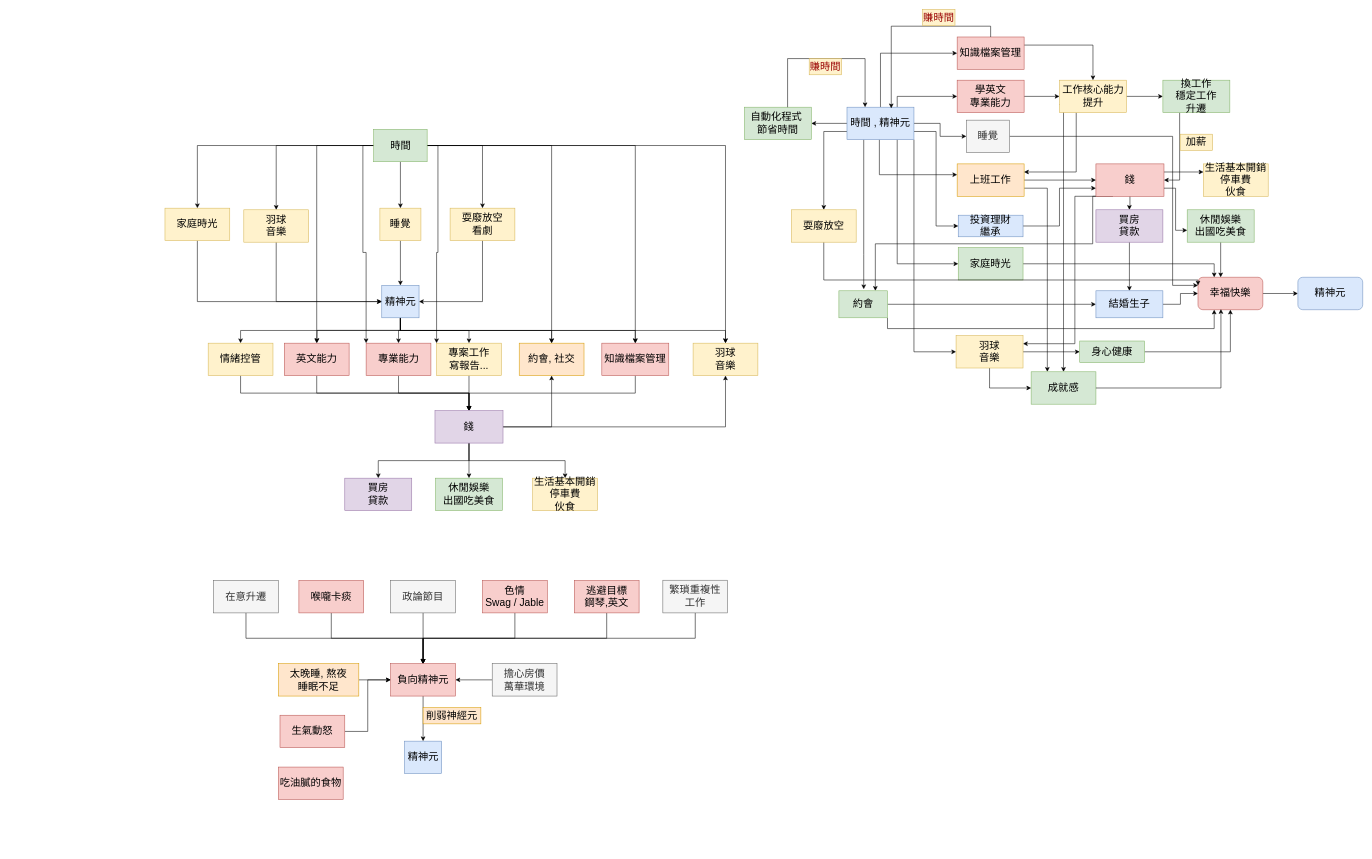
This is Lifeflow.drawio from TerryChan726/draw_io, a draw.io file, before an edit. Source tidied: cells renumbered, new cells numbered last; positions are measured from the earlier drawing's top-left corner, leaving out a move shared by most shapes. Both pictures are drawn from the tidied source at 54%, with x=0, y=0 at pixel (165, 9).
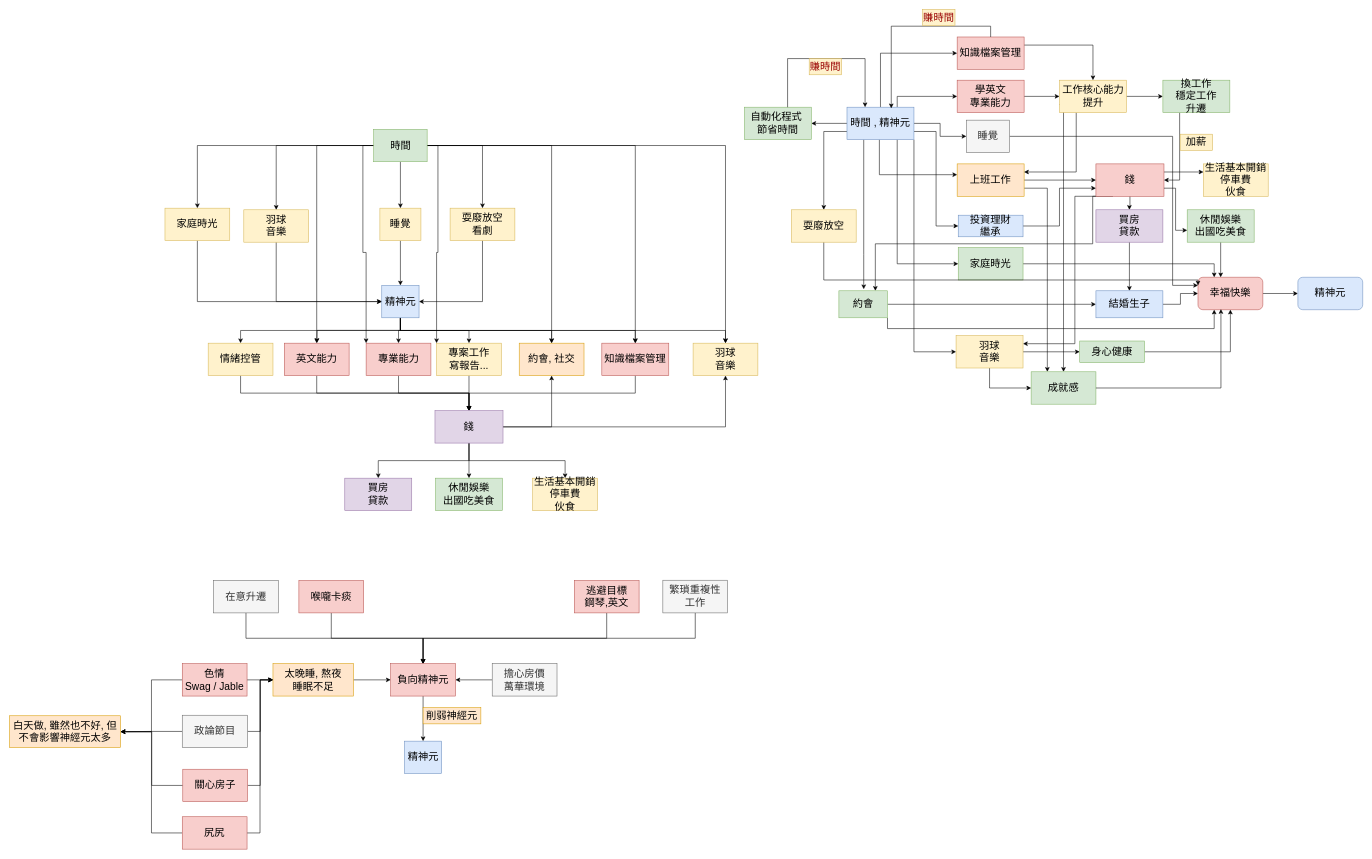
After the change.

Unchanged cells that the change refers to:
```xml
<mxCell id="115" value="負向精神元" style="rounded=0;whiteSpace=wrap;html=1;fontSize=19;fillColor=#f8cecc;strokeColor=#b85450;" parent="1" vertex="1">
  <mxGeometry x="418" y="1211.5" width="120" height="60" as="geometry" />
</mxCell>
```

The edit, as a diff of the source:
```diff
@@
-    <mxCell id="116" style="edgeStyle=orthogonalEdgeStyle;rounded=0;jettySize=auto;html=1;fontSize=19;" parent="1" edge="1" source="117" target="115">
-      <mxGeometry relative="1" as="geometry" />
-    </mxCell>
+    <mxCell id="137" style="edgeStyle=orthogonalEdgeStyle;rounded=0;jettySize=auto;html=1;entryX=0;entryY=0.5;entryDx=0;entryDy=0;" parent="1" edge="1" source="117" target="131">
+      <mxGeometry relative="1" as="geometry" />
+    </mxCell>
+    <mxCell id="138" style="edgeStyle=orthogonalEdgeStyle;rounded=0;jettySize=auto;html=1;entryX=1;entryY=0.5;entryDx=0;entryDy=0;" parent="1" edge="1" source="117" target="145">
+      <mxGeometry relative="1" as="geometry" />
+    </mxCell>
     <mxCell id="117" value="政論節目" style="rounded=0;whiteSpace=wrap;html=1;fontSize=19;fillColor=#f5f5f5;strokeColor=#666666;fontColor=#333333;" parent="1" vertex="1">
-      <mxGeometry x="418" y="1057.5" width="120" height="60" as="geometry" />
+      <mxGeometry x="32" y="1307" width="121" height="60" as="geometry" />
     </mxCell>
-    <mxCell id="118" style="edgeStyle=orthogonalEdgeStyle;rounded=0;jettySize=auto;html=1;exitX=0.5;exitY=1;exitDx=0;exitDy=0;fontSize=19;" parent="1" edge="1" source="119" target="115">
-      <mxGeometry relative="1" as="geometry" />
-    </mxCell>
+    <mxCell id="139" style="edgeStyle=orthogonalEdgeStyle;rounded=0;jettySize=auto;html=1;exitX=1;exitY=0.5;exitDx=0;exitDy=0;entryX=0;entryY=0.5;entryDx=0;entryDy=0;" parent="1" edge="1" source="119" target="131">
+      <mxGeometry relative="1" as="geometry" />
+    </mxCell>
+    <mxCell id="140" style="edgeStyle=orthogonalEdgeStyle;rounded=0;jettySize=auto;html=1;exitX=0;exitY=0.5;exitDx=0;exitDy=0;entryX=1;entryY=0.5;entryDx=0;entryDy=0;" parent="1" edge="1" source="119" target="145">
+      <mxGeometry relative="1" as="geometry" />
+    </mxCell>
     <mxCell id="119" value="&lt;div&gt;色情&lt;/div&gt;Swag / Jable" style="rounded=0;whiteSpace=wrap;html=1;fontSize=19;fillColor=#f8cecc;strokeColor=#b85450;" parent="1" vertex="1">
-      <mxGeometry x="588" y="1057.5" width="120" height="60" as="geometry" />
+      <mxGeometry x="32" y="1211.5" width="120" height="60" as="geometry" />
     </mxCell>
@@
-    <mxCell id="130" style="edgeStyle=orthogonalEdgeStyle;rounded=0;jettySize=auto;html=1;" parent="1" edge="1" source="131" target="115">
+    <mxCell id="130" style="edgeStyle=orthogonalEdgeStyle;rounded=0;jettySize=auto;html=1;exitX=1;exitY=0.5;exitDx=0;exitDy=0;" parent="1" edge="1" source="131" target="115">
       <mxGeometry relative="1" as="geometry" />
     </mxCell>
     <mxCell id="131" value="太晚睡, 熬夜&lt;div&gt;睡眠不足&lt;/div&gt;" style="rounded=0;whiteSpace=wrap;html=1;fontSize=19;fillColor=#ffe6cc;strokeColor=#d79b00;" parent="1" vertex="1">
-      <mxGeometry x="210" y="1211.5" width="149" height="60" as="geometry" />
+      <mxGeometry x="200" y="1211.5" width="149" height="60" as="geometry" />
     </mxCell>
@@
-    <mxCell id="134" style="edgeStyle=orthogonalEdgeStyle;rounded=0;jettySize=auto;html=1;exitX=1;exitY=0.5;exitDx=0;exitDy=0;entryX=0;entryY=0.5;entryDx=0;entryDy=0;" parent="1" edge="1" source="135" target="115">
-      <mxGeometry relative="1" as="geometry" />
-    </mxCell>
+    <mxCell id="141" style="edgeStyle=orthogonalEdgeStyle;rounded=0;jettySize=auto;html=1;entryX=0;entryY=0.5;entryDx=0;entryDy=0;" parent="1" edge="1" source="135" target="131">
+      <mxGeometry relative="1" as="geometry" />
+    </mxCell>
+    <mxCell id="142" style="edgeStyle=orthogonalEdgeStyle;rounded=0;jettySize=auto;html=1;entryX=1;entryY=0.5;entryDx=0;entryDy=0;" parent="1" edge="1" source="135" target="145">
+      <mxGeometry relative="1" as="geometry" />
+    </mxCell>
-    <mxCell id="135" value="生氣動怒" style="rounded=0;whiteSpace=wrap;html=1;fontSize=19;fillColor=#f8cecc;strokeColor=#b85450;" parent="1" vertex="1">
-      <mxGeometry x="213" y="1307" width="120" height="60" as="geometry" />
+    <mxCell id="135" value="關心房子" style="rounded=0;whiteSpace=wrap;html=1;fontSize=19;fillColor=#f8cecc;strokeColor=#b85450;" parent="1" vertex="1">
+      <mxGeometry x="33" y="1407" width="120" height="60" as="geometry" />
     </mxCell>
+    <mxCell id="143" style="edgeStyle=orthogonalEdgeStyle;rounded=0;jettySize=auto;html=1;exitX=1;exitY=0.5;exitDx=0;exitDy=0;entryX=0;entryY=0.5;entryDx=0;entryDy=0;" parent="1" edge="1" source="136" target="131">
+      <mxGeometry relative="1" as="geometry" />
+    </mxCell>
+    <mxCell id="144" style="edgeStyle=orthogonalEdgeStyle;rounded=0;jettySize=auto;html=1;entryX=1;entryY=0.5;entryDx=0;entryDy=0;" parent="1" edge="1" source="136" target="145">
+      <mxGeometry relative="1" as="geometry" />
+    </mxCell>
-    <mxCell id="136" value="吃油膩的食物" style="rounded=0;whiteSpace=wrap;html=1;fillColor=#f8cecc;strokeColor=#b85450;fontSize=19;" parent="1" vertex="1">
-      <mxGeometry x="210" y="1403" width="120" height="60" as="geometry" />
+    <mxCell id="136" value="尻尻" style="rounded=0;whiteSpace=wrap;html=1;fillColor=#f8cecc;strokeColor=#b85450;fontSize=19;" parent="1" vertex="1">
+      <mxGeometry x="32" y="1495" width="120" height="60" as="geometry" />
     </mxCell>
+    <mxCell id="145" value="白天做, 雖然也不好, 但不會影響神經元太多" style="rounded=0;whiteSpace=wrap;html=1;fontSize=19;fillColor=#ffe6cc;strokeColor=#d79b00;" parent="1" vertex="1">
+      <mxGeometry x="-288" y="1308" width="206" height="59" as="geometry" />
+    </mxCell>
```
